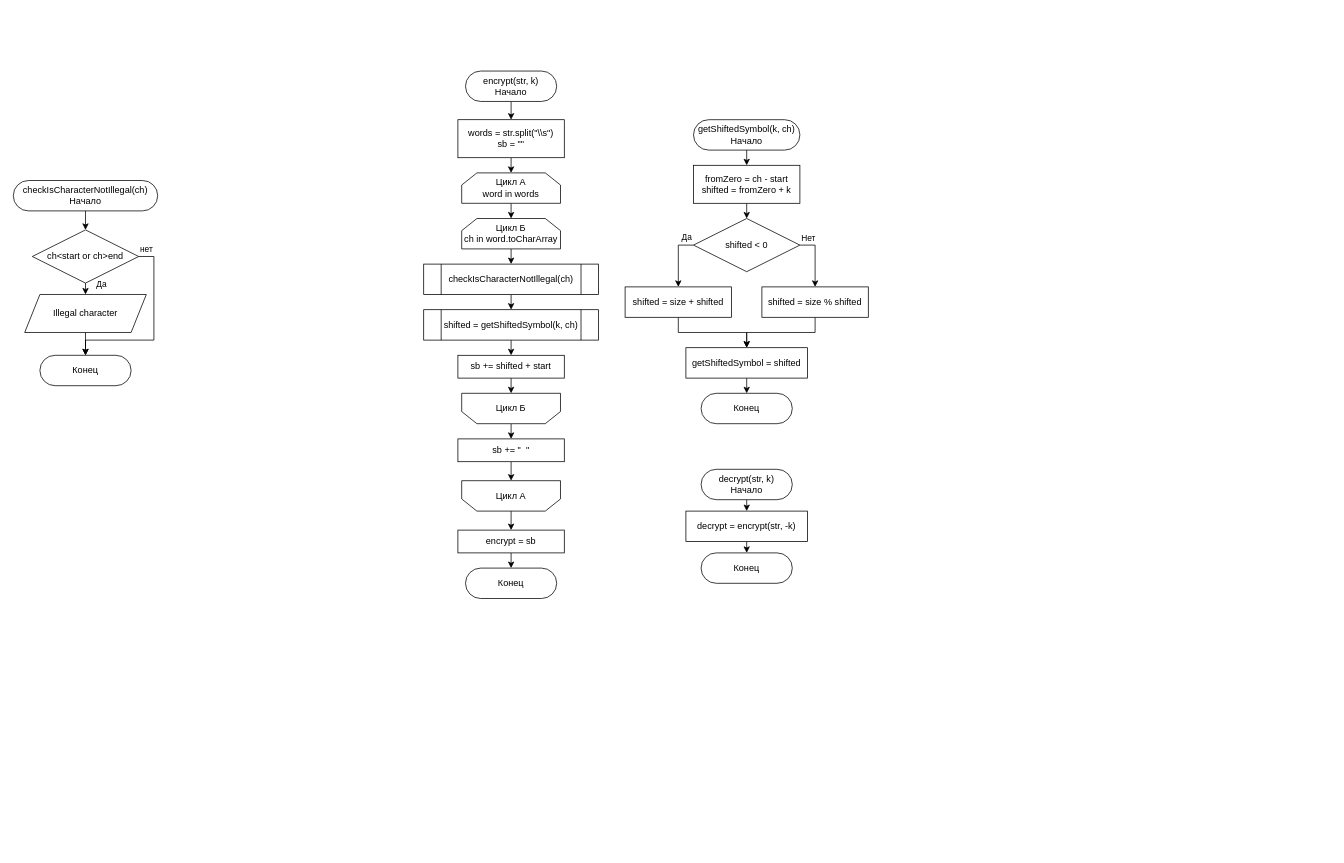
Above: InfoSecurity/lab1/блок-схема.drawio in R3nnyWeb/labs8 (draw.io), before the change. Source tidied: cells renumbered, new cells numbered last; positions are measured from the earlier drawing's top-left corner, leaving out a move shared by most shapes. Both pictures are drawn from the tidied source at 76%, with x=0, y=0 at pixel (13, 71).
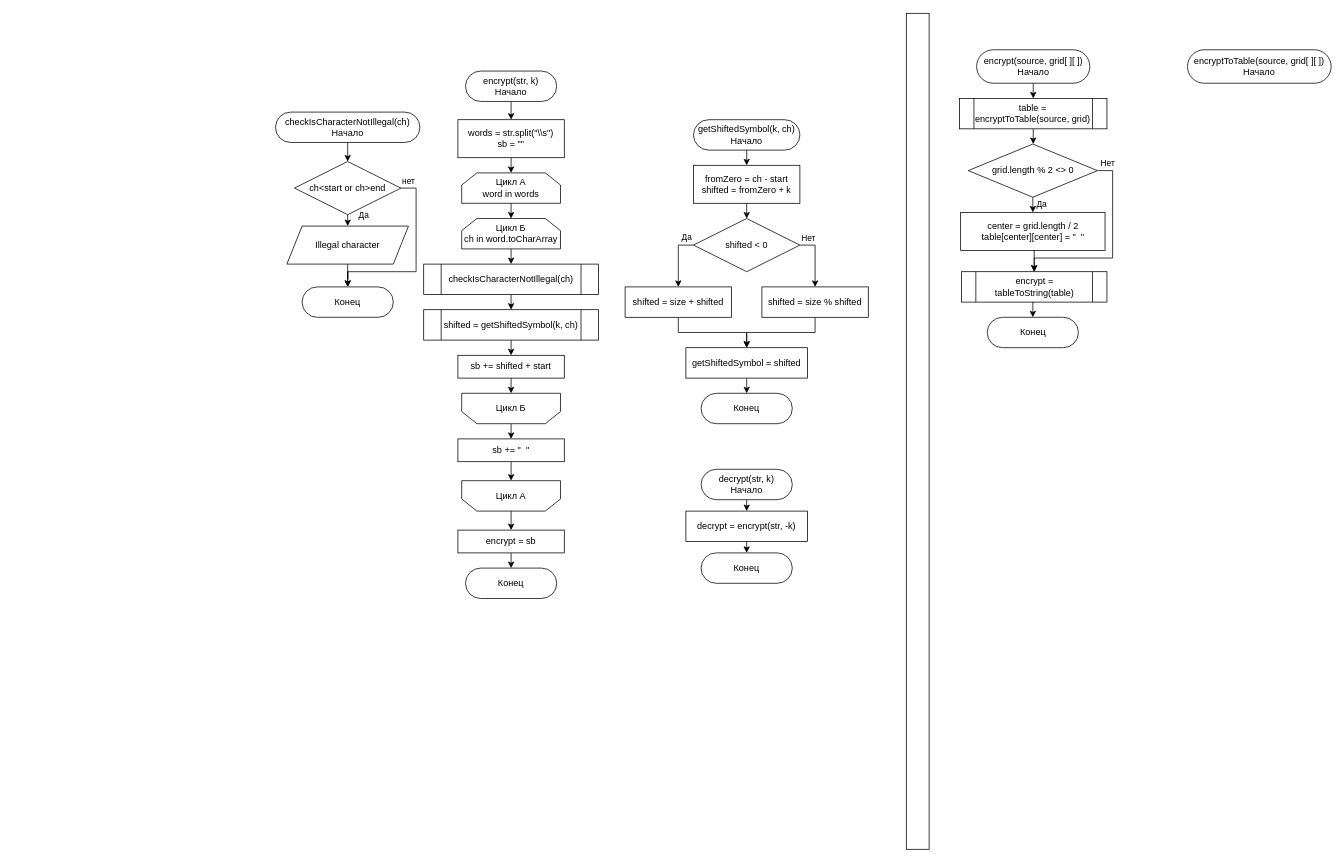
The same diagram, later.

Diff of the diagram source:
```diff
@@
     <mxCell id="47" value="checkIsCharacterNotIllegal(ch)&lt;br&gt;Начало" style="rounded=1;whiteSpace=wrap;html=1;arcSize=50;" parent="1" vertex="1">
-      <mxGeometry y="144" width="190" height="40" as="geometry" />
+      <mxGeometry x="345" y="54" width="190" height="40" as="geometry" />
     </mxCell>
@@
     <mxCell id="50" style="edgeStyle=orthogonalEdgeStyle;rounded=0;jettySize=auto;html=1;exitX=1;exitY=0.5;exitDx=0;exitDy=0;entryX=0.5;entryY=0;entryDx=0;entryDy=0;" parent="1" edge="1" source="52" target="53">
       <mxGeometry relative="1" as="geometry">
         <Array as="points">
-          <mxPoint x="185" y="244" />
-          <mxPoint x="185" y="354" />
-          <mxPoint x="95" y="354" />
+          <mxPoint x="530" y="154" />
+          <mxPoint x="530" y="264" />
+          <mxPoint x="440" y="264" />
         </Array>
       </mxGeometry>
     </mxCell>
@@
     <mxCell id="52" value="ch&amp;lt;start or ch&amp;gt;end" style="rhombus;whiteSpace=wrap;html=1;" parent="1" vertex="1">
-      <mxGeometry x="25" y="209" width="140" height="70" as="geometry" />
+      <mxGeometry x="370" y="119" width="140" height="70" as="geometry" />
     </mxCell>
     <mxCell id="53" value="Конец" style="rounded=1;whiteSpace=wrap;html=1;arcSize=50;" parent="1" vertex="1">
-      <mxGeometry x="35" y="374" width="120" height="40" as="geometry" />
+      <mxGeometry x="380" y="284" width="120" height="40" as="geometry" />
     </mxCell>
@@
     <mxCell id="55" value="Illegal character" style="shape=parallelogram;perimeter=parallelogramPerimeter;whiteSpace=wrap;html=1;fixedSize=1;" parent="1" vertex="1">
-      <mxGeometry x="15" y="294" width="160" height="50" as="geometry" />
+      <mxGeometry x="360" y="204" width="160" height="50" as="geometry" />
     </mxCell>
+    <mxCell id="56" style="rounded=0;whiteSpace=wrap;html=1;" parent="1" vertex="1">
+      <mxGeometry x="1175" y="-76" width="30" height="1100" as="geometry" />
+    </mxCell>
+    <mxCell id="57" style="edgeStyle=orthogonalEdgeStyle;rounded=0;jettySize=auto;html=1;exitX=0.5;exitY=1;exitDx=0;exitDy=0;entryX=0.5;entryY=0;entryDx=0;entryDy=0;" parent="1" edge="1" source="58" target="60">
+      <mxGeometry relative="1" as="geometry" />
+    </mxCell>
+    <mxCell id="58" value="encrypt(source, grid[ ][ ])&lt;br&gt;Начало" style="rounded=1;whiteSpace=wrap;html=1;arcSize=50;" parent="1" vertex="1">
+      <mxGeometry x="1267.5" y="-28" width="149" height="44" as="geometry" />
+    </mxCell>
+    <mxCell id="59" style="edgeStyle=orthogonalEdgeStyle;rounded=0;jettySize=auto;html=1;" parent="1" edge="1" source="60" target="65">
+      <mxGeometry relative="1" as="geometry" />
+    </mxCell>
+    <mxCell id="60" value="table = encryptToTable(source, grid)" style="shape=process;whiteSpace=wrap;html=1;backgroundOutline=1;" parent="1" vertex="1">
+      <mxGeometry x="1245" y="36" width="194" height="40" as="geometry" />
+    </mxCell>
+    <mxCell id="61" style="edgeStyle=orthogonalEdgeStyle;rounded=0;jettySize=auto;html=1;exitX=0.5;exitY=1;exitDx=0;exitDy=0;entryX=0.5;entryY=0;entryDx=0;entryDy=0;" parent="1" edge="1" source="65" target="67">
+      <mxGeometry relative="1" as="geometry" />
+    </mxCell>
+    <mxCell id="62" value="Да" style="edgeLabel;html=1;align=center;verticalAlign=middle;" parent="61" vertex="1">
+      <mxGeometry x="-0.15" y="4" relative="1" as="geometry">
+        <mxPoint x="7" as="offset" />
+      </mxGeometry>
+    </mxCell>
+    <mxCell id="63" style="edgeStyle=orthogonalEdgeStyle;rounded=0;jettySize=auto;html=1;exitX=1;exitY=0.5;exitDx=0;exitDy=0;entryX=0.5;entryY=0;entryDx=0;entryDy=0;" parent="1" edge="1" source="65" target="69">
+      <mxGeometry relative="1" as="geometry">
+        <Array as="points">
+          <mxPoint x="1446.5" y="131" />
+          <mxPoint x="1446.5" y="246" />
+          <mxPoint x="1343.5" y="246" />
+        </Array>
+      </mxGeometry>
+    </mxCell>
+    <mxCell id="64" value="Нет" style="edgeLabel;html=1;align=center;verticalAlign=middle;" parent="63" vertex="1">
+      <mxGeometry x="-0.9" y="5" relative="1" as="geometry">
+        <mxPoint y="-5" as="offset" />
+      </mxGeometry>
+    </mxCell>
+    <mxCell id="65" value="grid.length % 2 &amp;lt;&amp;gt; 0" style="rhombus;whiteSpace=wrap;html=1;" parent="1" vertex="1">
+      <mxGeometry x="1256.5" y="96" width="170" height="70" as="geometry" />
+    </mxCell>
+    <mxCell id="66" style="edgeStyle=orthogonalEdgeStyle;rounded=0;jettySize=auto;html=1;exitX=0.5;exitY=1;exitDx=0;exitDy=0;entryX=0.5;entryY=0;entryDx=0;entryDy=0;" parent="1" edge="1" source="67" target="69">
+      <mxGeometry relative="1" as="geometry" />
+    </mxCell>
+    <mxCell id="67" value="center = grid.length / 2&lt;br&gt;table[center][center] = &quot;&amp;nbsp; &quot;" style="rounded=0;whiteSpace=wrap;html=1;" parent="1" vertex="1">
+      <mxGeometry x="1246.5" y="186" width="190" height="50" as="geometry" />
+    </mxCell>
+    <mxCell id="68" style="edgeStyle=orthogonalEdgeStyle;rounded=0;jettySize=auto;html=1;exitX=0.5;exitY=1;exitDx=0;exitDy=0;entryX=0.5;entryY=0;entryDx=0;entryDy=0;" parent="1" edge="1" source="69" target="70">
+      <mxGeometry relative="1" as="geometry" />
+    </mxCell>
+    <mxCell id="69" value="encrypt = tableToString(table)" style="shape=process;whiteSpace=wrap;html=1;backgroundOutline=1;size=0.09921671018276762;" parent="1" vertex="1">
+      <mxGeometry x="1247.5" y="264" width="191.5" height="40" as="geometry" />
+    </mxCell>
+    <mxCell id="70" value="Конец" style="rounded=1;whiteSpace=wrap;html=1;arcSize=50;" parent="1" vertex="1">
+      <mxGeometry x="1281.5" y="324" width="120" height="40" as="geometry" />
+    </mxCell>
+    <mxCell id="71" value="encryptToTable(source, grid[ ][ ])&lt;br&gt;Начало" style="rounded=1;whiteSpace=wrap;html=1;arcSize=50;" parent="1" vertex="1">
+      <mxGeometry x="1545" y="-28" width="189" height="44" as="geometry" />
+    </mxCell>
```
